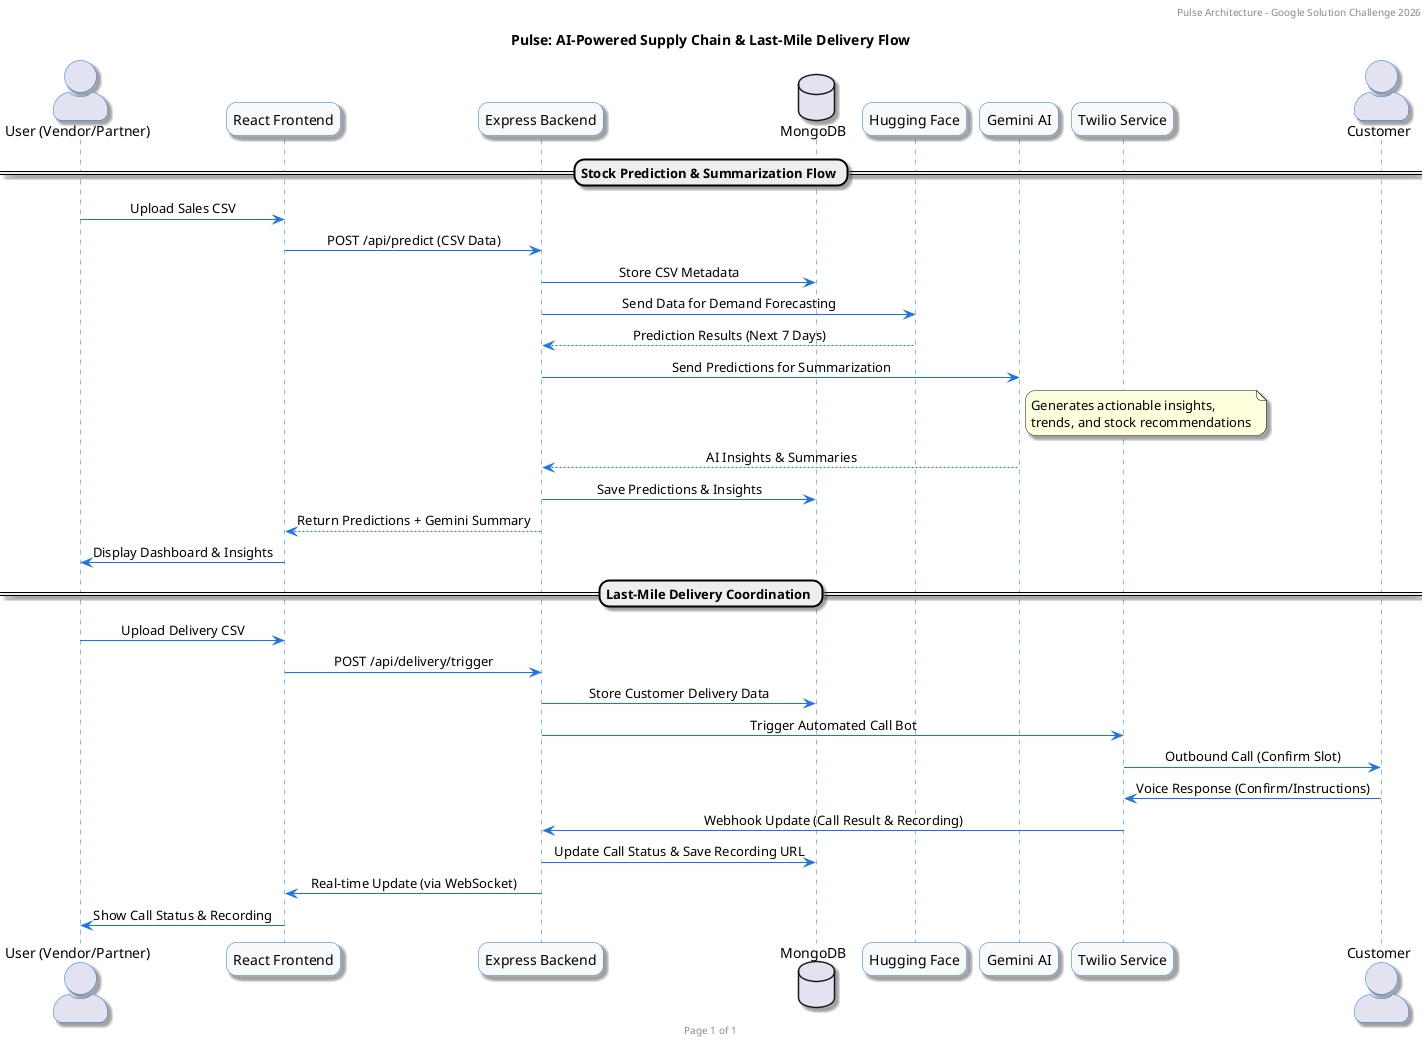
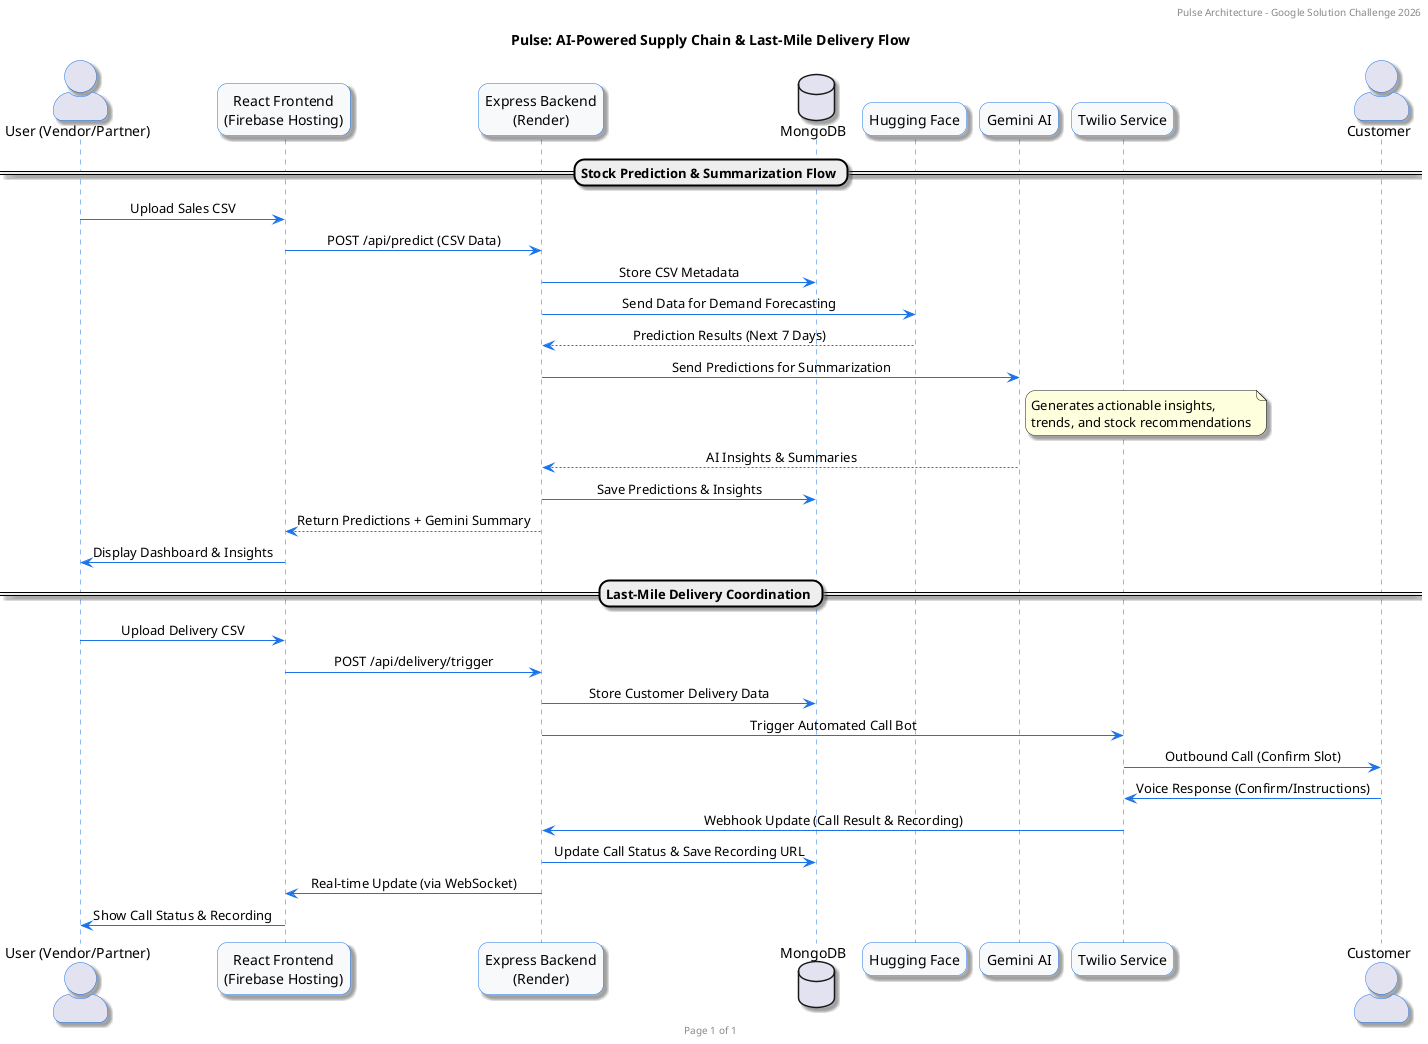
@startuml PulseArchitecture

header Pulse Architecture - Google Solution Challenge 2026
footer Page %page% of %lastpage%
title Pulse: AI-Powered Supply Chain & Last-Mile Delivery Flow

skinparam actorStyle awesome
skinparam shadowing true
skinparam SequenceMessageAlignment center
skinparam roundcorner 20

' Color Palette
!define PRIMARY #1A73E8
!define SECONDARY #34A853
!define ACCENT #FBBC04
!define DANGER #EA4335
!define NEUTRAL #F8F9FA

skinparam sequence {
    ArrowColor PRIMARY
    ActorBorderColor PRIMARY
    LifeLineBorderColor PRIMARY
    ParticipantBorderColor PRIMARY
    ParticipantBackgroundColor NEUTRAL
}

actor "User (Vendor/Partner)" as User
- participant "React Frontend" as Frontend
- participant "Express Backend" as Backend
+ participant "React Frontend\n(Firebase Hosting)" as Frontend
+ participant "Express Backend\n(Render)" as Backend
database "MongoDB" as DB
participant "Hugging Face" as HuggingFace
participant "Gemini AI" as Gemini
participant "Twilio Service" as Twilio
actor "Customer" as Customer

== Stock Prediction & Summarization Flow ==

User -> Frontend: Upload Sales CSV
Frontend -> Backend: POST /api/predict (CSV Data)
Backend -> DB: Store CSV Metadata
Backend -> HuggingFace: Send Data for Demand Forecasting
HuggingFace --> Backend: Prediction Results (Next 7 Days)
Backend -> Gemini: Send Predictions for Summarization
note right of Gemini: Generates actionable insights,\ntrends, and stock recommendations
Gemini --> Backend: AI Insights & Summaries
Backend -> DB: Save Predictions & Insights
Backend --> Frontend: Return Predictions + Gemini Summary
Frontend -> User: Display Dashboard & Insights

== Last-Mile Delivery Coordination ==

User -> Frontend: Upload Delivery CSV
Frontend -> Backend: POST /api/delivery/trigger
Backend -> DB: Store Customer Delivery Data
Backend -> Twilio: Trigger Automated Call Bot
Twilio -> Customer: Outbound Call (Confirm Slot)
Customer -> Twilio: Voice Response (Confirm/Instructions)
Twilio -> Backend: Webhook Update (Call Result & Recording)
Backend -> DB: Update Call Status & Save Recording URL
Backend -> Frontend: Real-time Update (via WebSocket)
Frontend -> User: Show Call Status & Recording

@enduml
